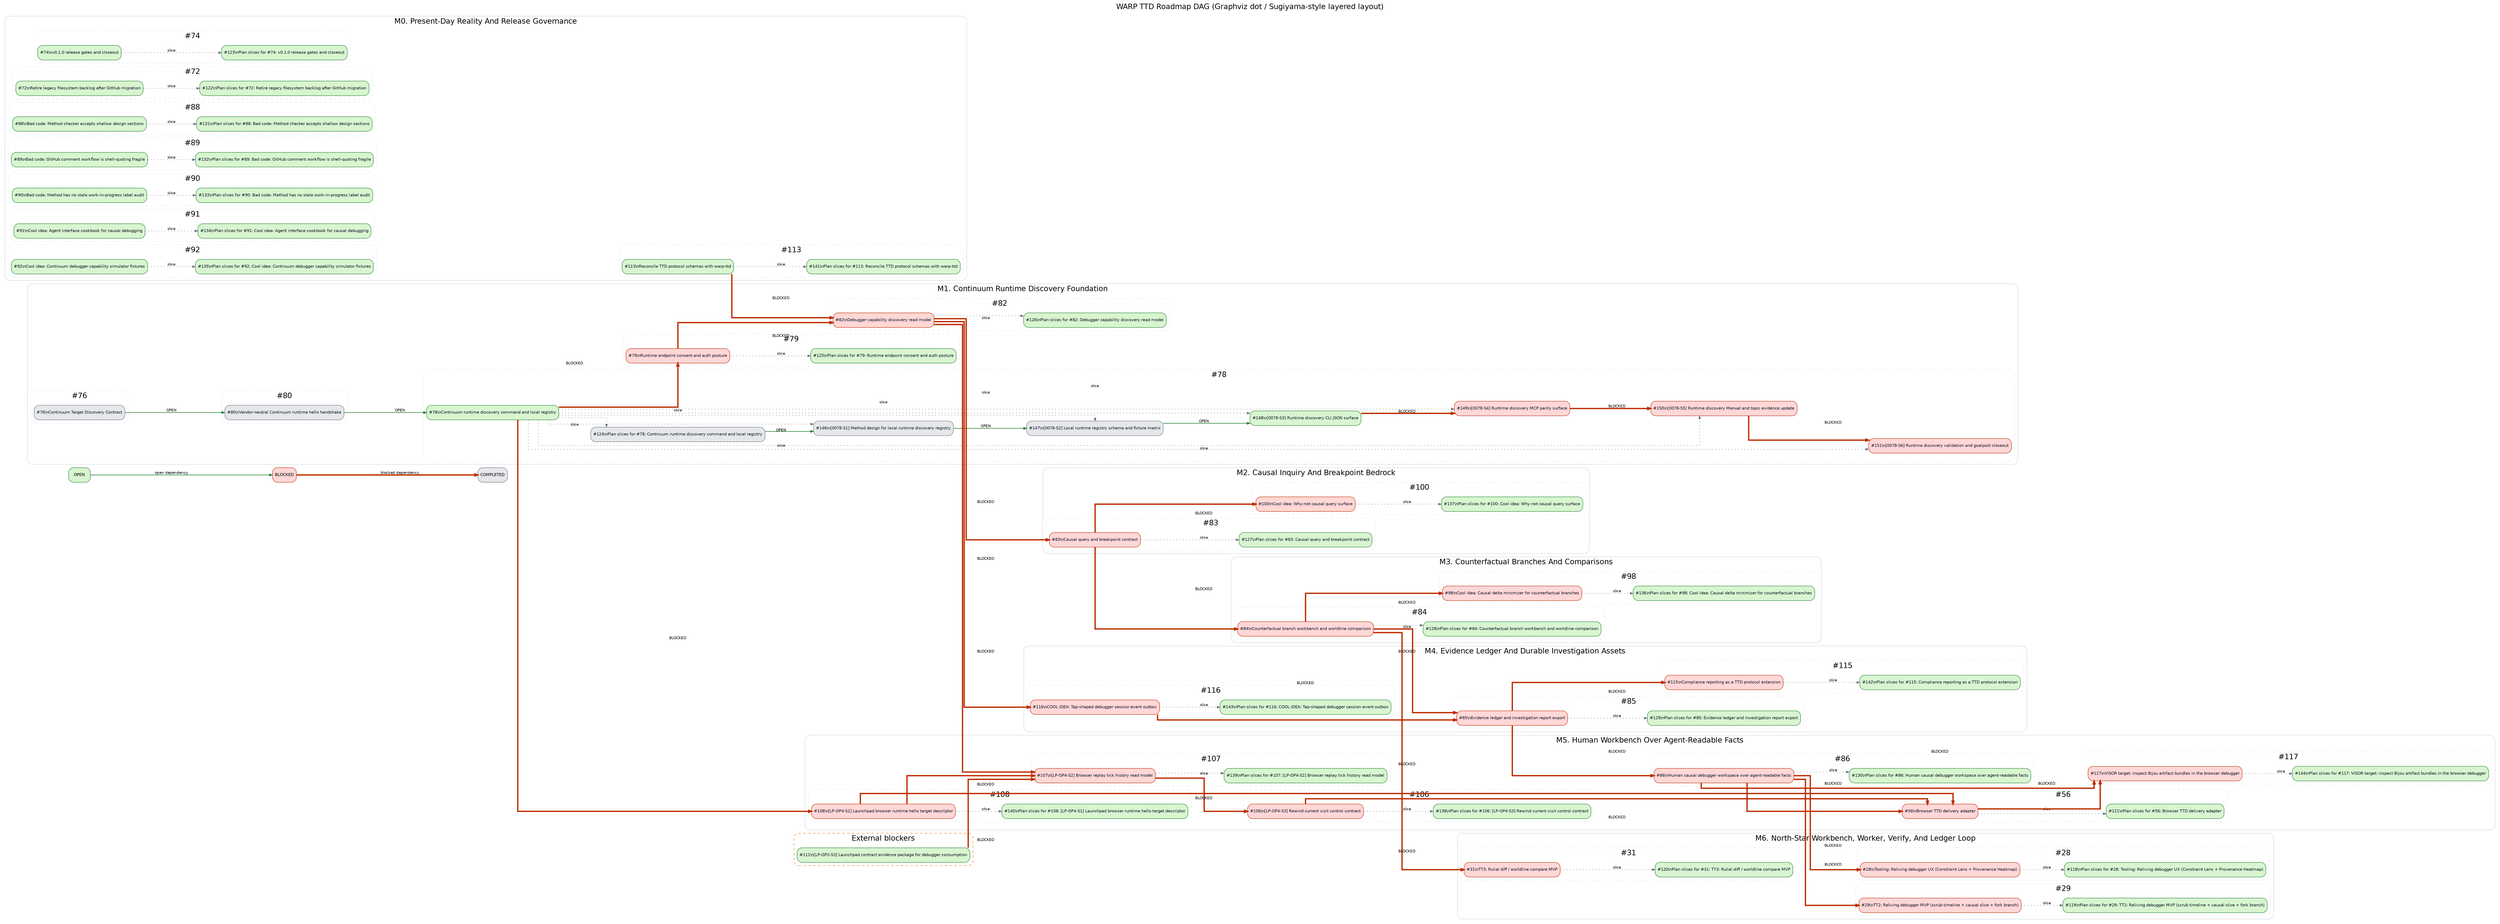
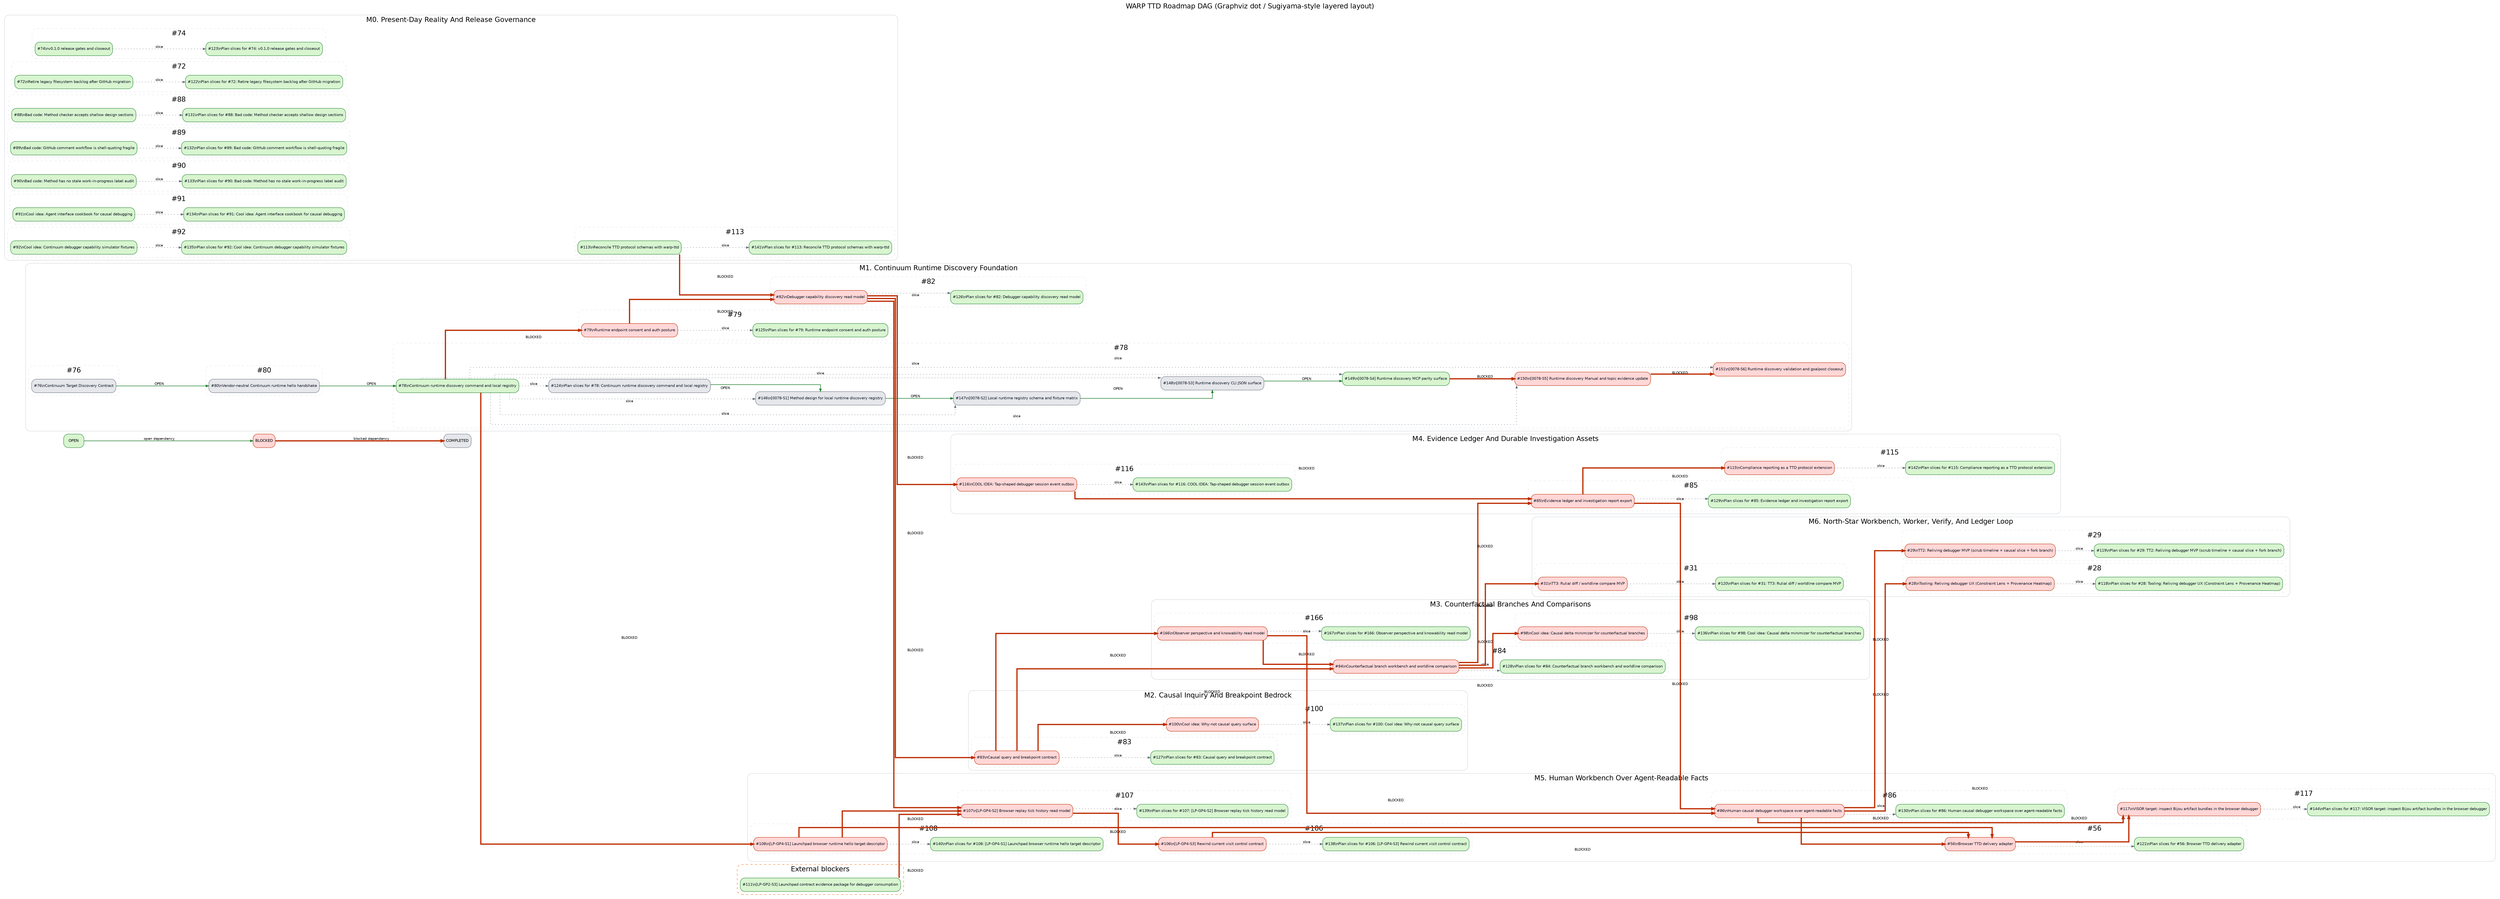
digraph RoadmapDAG {
  graph [layout=dot, rankdir=LR, compound=true, newrank=true, overlap=false, splines=ortho, bgcolor="white", fontname="Helvetica", label="WARP TTD Roadmap DAG (Graphviz dot / Sugiyama-style layered layout)", labelloc=t, fontsize=18];
  node [shape=box, style="rounded,filled", fontname="Helvetica", fontsize=10, margin="0.08,0.05"];
  edge [fontname="Helvetica", fontsize=9, arrowsize=0.7, color="#248232", penwidth=1.4];
  legend_open [label="OPEN", fillcolor="#d8f5d0", color="#248232"];
  legend_blocked [label="BLOCKED", fillcolor="#ffd7d7", color="#bd2c00"];
  legend_done [label="COMPLETED", fillcolor="#e5e7eb", color="#6b7280"];
  legend_open -> legend_blocked [label="open dependency", color="#248232", penwidth=1.4];
  legend_blocked -> legend_done [label="blocked dependency", color="#bd2c00", penwidth=3.2];
  subgraph cluster_M0 {
    label="M0. Present-Day Reality And Release Governance";
    color="#d1d5db";
    style="rounded";
    subgraph cluster_goalpost_74 {
      label="#74";
      color="#e5e7eb";
      style="rounded,dashed";
      issue_74 [label="#74\\nv0.1.0 release gates and closeout", fillcolor="#d8f5d0", color="#248232", fontcolor="#111827", URL="https://github.com/flyingrobots/warp-ttd/issues/74"];
      issue_123 [label="#123\\nPlan slices for #74: v0.1.0 release gates and closeout", fillcolor="#d8f5d0", color="#248232", fontcolor="#111827", URL="https://github.com/flyingrobots/warp-ttd/issues/123"];
      issue_74 -> issue_123 [style=dotted, color="#6b7280", penwidth=1.0, label="slice"];
    }
    subgraph cluster_goalpost_72 {
      label="#72";
      color="#e5e7eb";
      style="rounded,dashed";
      issue_72 [label="#72\\nRetire legacy filesystem backlog after GitHub migration", fillcolor="#d8f5d0", color="#248232", fontcolor="#111827", URL="https://github.com/flyingrobots/warp-ttd/issues/72"];
      issue_122 [label="#122\\nPlan slices for #72: Retire legacy filesystem backlog after GitHub migration", fillcolor="#d8f5d0", color="#248232", fontcolor="#111827", URL="https://github.com/flyingrobots/warp-ttd/issues/122"];
      issue_72 -> issue_122 [style=dotted, color="#6b7280", penwidth=1.0, label="slice"];
    }
    subgraph cluster_goalpost_88 {
      label="#88";
      color="#e5e7eb";
      style="rounded,dashed";
      issue_88 [label="#88\\nBad code: Method checker accepts shallow design sections", fillcolor="#d8f5d0", color="#248232", fontcolor="#111827", URL="https://github.com/flyingrobots/warp-ttd/issues/88"];
      issue_131 [label="#131\\nPlan slices for #88: Bad code: Method checker accepts shallow design sections", fillcolor="#d8f5d0", color="#248232", fontcolor="#111827", URL="https://github.com/flyingrobots/warp-ttd/issues/131"];
      issue_88 -> issue_131 [style=dotted, color="#6b7280", penwidth=1.0, label="slice"];
    }
    subgraph cluster_goalpost_89 {
      label="#89";
      color="#e5e7eb";
      style="rounded,dashed";
      issue_89 [label="#89\\nBad code: GitHub comment workflow is shell-quoting fragile", fillcolor="#d8f5d0", color="#248232", fontcolor="#111827", URL="https://github.com/flyingrobots/warp-ttd/issues/89"];
      issue_132 [label="#132\\nPlan slices for #89: Bad code: GitHub comment workflow is shell-quoting fragile", fillcolor="#d8f5d0", color="#248232", fontcolor="#111827", URL="https://github.com/flyingrobots/warp-ttd/issues/132"];
      issue_89 -> issue_132 [style=dotted, color="#6b7280", penwidth=1.0, label="slice"];
    }
    subgraph cluster_goalpost_90 {
      label="#90";
      color="#e5e7eb";
      style="rounded,dashed";
      issue_90 [label="#90\\nBad code: Method has no stale work-in-progress label audit", fillcolor="#d8f5d0", color="#248232", fontcolor="#111827", URL="https://github.com/flyingrobots/warp-ttd/issues/90"];
      issue_133 [label="#133\\nPlan slices for #90: Bad code: Method has no stale work-in-progress label audit", fillcolor="#d8f5d0", color="#248232", fontcolor="#111827", URL="https://github.com/flyingrobots/warp-ttd/issues/133"];
      issue_90 -> issue_133 [style=dotted, color="#6b7280", penwidth=1.0, label="slice"];
    }
    subgraph cluster_goalpost_91 {
      label="#91";
      color="#e5e7eb";
      style="rounded,dashed";
      issue_91 [label="#91\\nCool idea: Agent interface cookbook for causal debugging", fillcolor="#d8f5d0", color="#248232", fontcolor="#111827", URL="https://github.com/flyingrobots/warp-ttd/issues/91"];
      issue_134 [label="#134\\nPlan slices for #91: Cool idea: Agent interface cookbook for causal debugging", fillcolor="#d8f5d0", color="#248232", fontcolor="#111827", URL="https://github.com/flyingrobots/warp-ttd/issues/134"];
      issue_91 -> issue_134 [style=dotted, color="#6b7280", penwidth=1.0, label="slice"];
    }
    subgraph cluster_goalpost_92 {
      label="#92";
      color="#e5e7eb";
      style="rounded,dashed";
      issue_92 [label="#92\\nCool idea: Continuum debugger capability simulator fixtures", fillcolor="#d8f5d0", color="#248232", fontcolor="#111827", URL="https://github.com/flyingrobots/warp-ttd/issues/92"];
      issue_135 [label="#135\\nPlan slices for #92: Cool idea: Continuum debugger capability simulator fixtures", fillcolor="#d8f5d0", color="#248232", fontcolor="#111827", URL="https://github.com/flyingrobots/warp-ttd/issues/135"];
      issue_92 -> issue_135 [style=dotted, color="#6b7280", penwidth=1.0, label="slice"];
    }
    subgraph cluster_goalpost_113 {
      label="#113";
      color="#e5e7eb";
      style="rounded,dashed";
      issue_113 [label="#113\\nReconcile TTD protocol schemas with warp-ttd", fillcolor="#d8f5d0", color="#248232", fontcolor="#111827", URL="https://github.com/flyingrobots/warp-ttd/issues/113"];
      issue_141 [label="#141\\nPlan slices for #113: Reconcile TTD protocol schemas with warp-ttd", fillcolor="#d8f5d0", color="#248232", fontcolor="#111827", URL="https://github.com/flyingrobots/warp-ttd/issues/141"];
      issue_113 -> issue_141 [style=dotted, color="#6b7280", penwidth=1.0, label="slice"];
    }
  }
  subgraph cluster_M1 {
    label="M1. Continuum Runtime Discovery Foundation";
    color="#d1d5db";
    style="rounded";
    subgraph cluster_goalpost_76 {
      label="#76";
      color="#e5e7eb";
      style="rounded,dashed";
      issue_76 [label="#76\\nContinuum Target Discovery Contract", fillcolor="#e5e7eb", color="#6b7280", fontcolor="#111827", URL="https://github.com/flyingrobots/warp-ttd/issues/76"];
    }
    subgraph cluster_goalpost_80 {
      label="#80";
      color="#e5e7eb";
      style="rounded,dashed";
      issue_80 [label="#80\\nVendor-neutral Continuum runtime hello handshake", fillcolor="#e5e7eb", color="#6b7280", fontcolor="#111827", URL="https://github.com/flyingrobots/warp-ttd/issues/80"];
    }
    subgraph cluster_goalpost_78 {
      label="#78";
      color="#e5e7eb";
      style="rounded,dashed";
      issue_78 [label="#78\\nContinuum runtime discovery command and local registry", fillcolor="#d8f5d0", color="#248232", fontcolor="#111827", URL="https://github.com/flyingrobots/warp-ttd/issues/78"];
      issue_124 [label="#124\\nPlan slices for #78: Continuum runtime discovery command and local registry", fillcolor="#e5e7eb", color="#6b7280", fontcolor="#111827", URL="https://github.com/flyingrobots/warp-ttd/issues/124"];
      issue_78 -> issue_124 [style=dotted, color="#6b7280", penwidth=1.0, label="slice"];
      issue_146 [label="#146\\n[0078-S1] Method design for local runtime discovery registry", fillcolor="#e5e7eb", color="#6b7280", fontcolor="#111827", URL="https://github.com/flyingrobots/warp-ttd/issues/146"];
      issue_78 -> issue_146 [style=dotted, color="#6b7280", penwidth=1.0, label="slice"];
      issue_147 [label="#147\\n[0078-S2] Local runtime registry schema and fixture matrix", fillcolor="#e5e7eb", color="#6b7280", fontcolor="#111827", URL="https://github.com/flyingrobots/warp-ttd/issues/147"];
      issue_78 -> issue_147 [style=dotted, color="#6b7280", penwidth=1.0, label="slice"];
-       issue_148 [label="#148\\n[0078-S3] Runtime discovery CLI JSON surface", fillcolor="#d8f5d0", color="#248232", fontcolor="#111827", URL="https://github.com/flyingrobots/warp-ttd/issues/148"];
+       issue_148 [label="#148\\n[0078-S3] Runtime discovery CLI JSON surface", fillcolor="#e5e7eb", color="#6b7280", fontcolor="#111827", URL="https://github.com/flyingrobots/warp-ttd/issues/148"];
      issue_78 -> issue_148 [style=dotted, color="#6b7280", penwidth=1.0, label="slice"];
-       issue_149 [label="#149\\n[0078-S4] Runtime discovery MCP parity surface", fillcolor="#ffd7d7", color="#bd2c00", fontcolor="#111827", URL="https://github.com/flyingrobots/warp-ttd/issues/149"];
+       issue_149 [label="#149\\n[0078-S4] Runtime discovery MCP parity surface", fillcolor="#d8f5d0", color="#248232", fontcolor="#111827", URL="https://github.com/flyingrobots/warp-ttd/issues/149"];
      issue_78 -> issue_149 [style=dotted, color="#6b7280", penwidth=1.0, label="slice"];
      issue_150 [label="#150\\n[0078-S5] Runtime discovery Manual and topic evidence update", fillcolor="#ffd7d7", color="#bd2c00", fontcolor="#111827", URL="https://github.com/flyingrobots/warp-ttd/issues/150"];
      issue_78 -> issue_150 [style=dotted, color="#6b7280", penwidth=1.0, label="slice"];
      issue_151 [label="#151\\n[0078-S6] Runtime discovery validation and goalpost closeout", fillcolor="#ffd7d7", color="#bd2c00", fontcolor="#111827", URL="https://github.com/flyingrobots/warp-ttd/issues/151"];
      issue_78 -> issue_151 [style=dotted, color="#6b7280", penwidth=1.0, label="slice"];
    }
    subgraph cluster_goalpost_79 {
      label="#79";
      color="#e5e7eb";
      style="rounded,dashed";
      issue_79 [label="#79\\nRuntime endpoint consent and auth posture", fillcolor="#ffd7d7", color="#bd2c00", fontcolor="#111827", URL="https://github.com/flyingrobots/warp-ttd/issues/79"];
      issue_125 [label="#125\\nPlan slices for #79: Runtime endpoint consent and auth posture", fillcolor="#d8f5d0", color="#248232", fontcolor="#111827", URL="https://github.com/flyingrobots/warp-ttd/issues/125"];
      issue_79 -> issue_125 [style=dotted, color="#6b7280", penwidth=1.0, label="slice"];
    }
    subgraph cluster_goalpost_82 {
      label="#82";
      color="#e5e7eb";
      style="rounded,dashed";
      issue_82 [label="#82\\nDebugger capability discovery read model", fillcolor="#ffd7d7", color="#bd2c00", fontcolor="#111827", URL="https://github.com/flyingrobots/warp-ttd/issues/82"];
      issue_126 [label="#126\\nPlan slices for #82: Debugger capability discovery read model", fillcolor="#d8f5d0", color="#248232", fontcolor="#111827", URL="https://github.com/flyingrobots/warp-ttd/issues/126"];
      issue_82 -> issue_126 [style=dotted, color="#6b7280", penwidth=1.0, label="slice"];
    }
  }
  subgraph cluster_M2 {
    label="M2. Causal Inquiry And Breakpoint Bedrock";
    color="#d1d5db";
    style="rounded";
    subgraph cluster_goalpost_83 {
      label="#83";
      color="#e5e7eb";
      style="rounded,dashed";
      issue_83 [label="#83\\nCausal query and breakpoint contract", fillcolor="#ffd7d7", color="#bd2c00", fontcolor="#111827", URL="https://github.com/flyingrobots/warp-ttd/issues/83"];
      issue_127 [label="#127\\nPlan slices for #83: Causal query and breakpoint contract", fillcolor="#d8f5d0", color="#248232", fontcolor="#111827", URL="https://github.com/flyingrobots/warp-ttd/issues/127"];
      issue_83 -> issue_127 [style=dotted, color="#6b7280", penwidth=1.0, label="slice"];
    }
    subgraph cluster_goalpost_100 {
      label="#100";
      color="#e5e7eb";
      style="rounded,dashed";
      issue_100 [label="#100\\nCool idea: Why-not causal query surface", fillcolor="#ffd7d7", color="#bd2c00", fontcolor="#111827", URL="https://github.com/flyingrobots/warp-ttd/issues/100"];
      issue_137 [label="#137\\nPlan slices for #100: Cool idea: Why-not causal query surface", fillcolor="#d8f5d0", color="#248232", fontcolor="#111827", URL="https://github.com/flyingrobots/warp-ttd/issues/137"];
      issue_100 -> issue_137 [style=dotted, color="#6b7280", penwidth=1.0, label="slice"];
    }
  }
  subgraph cluster_M3 {
    label="M3. Counterfactual Branches And Comparisons";
    color="#d1d5db";
    style="rounded";
+     subgraph cluster_goalpost_166 {
+       label="#166";
+       color="#e5e7eb";
+       style="rounded,dashed";
+       issue_166 [label="#166\\nObserver perspective and knowability read model", fillcolor="#ffd7d7", color="#bd2c00", fontcolor="#111827", URL="https://github.com/flyingrobots/warp-ttd/issues/166"];
+       issue_167 [label="#167\\nPlan slices for #166: Observer perspective and knowability read model", fillcolor="#d8f5d0", color="#248232", fontcolor="#111827", URL="https://github.com/flyingrobots/warp-ttd/issues/167"];
+       issue_166 -> issue_167 [style=dotted, color="#6b7280", penwidth=1.0, label="slice"];
+     }
    subgraph cluster_goalpost_84 {
      label="#84";
      color="#e5e7eb";
      style="rounded,dashed";
      issue_84 [label="#84\\nCounterfactual branch workbench and worldline comparison", fillcolor="#ffd7d7", color="#bd2c00", fontcolor="#111827", URL="https://github.com/flyingrobots/warp-ttd/issues/84"];
      issue_128 [label="#128\\nPlan slices for #84: Counterfactual branch workbench and worldline comparison", fillcolor="#d8f5d0", color="#248232", fontcolor="#111827", URL="https://github.com/flyingrobots/warp-ttd/issues/128"];
      issue_84 -> issue_128 [style=dotted, color="#6b7280", penwidth=1.0, label="slice"];
    }
    subgraph cluster_goalpost_98 {
      label="#98";
      color="#e5e7eb";
      style="rounded,dashed";
      issue_98 [label="#98\\nCool idea: Causal delta minimizer for counterfactual branches", fillcolor="#ffd7d7", color="#bd2c00", fontcolor="#111827", URL="https://github.com/flyingrobots/warp-ttd/issues/98"];
      issue_136 [label="#136\\nPlan slices for #98: Cool idea: Causal delta minimizer for counterfactual branches", fillcolor="#d8f5d0", color="#248232", fontcolor="#111827", URL="https://github.com/flyingrobots/warp-ttd/issues/136"];
      issue_98 -> issue_136 [style=dotted, color="#6b7280", penwidth=1.0, label="slice"];
    }
  }
  subgraph cluster_M4 {
    label="M4. Evidence Ledger And Durable Investigation Assets";
    color="#d1d5db";
    style="rounded";
    subgraph cluster_goalpost_116 {
      label="#116";
      color="#e5e7eb";
      style="rounded,dashed";
      issue_116 [label="#116\\nCOOL IDEA: Tap-shaped debugger session event outbox", fillcolor="#ffd7d7", color="#bd2c00", fontcolor="#111827", URL="https://github.com/flyingrobots/warp-ttd/issues/116"];
      issue_143 [label="#143\\nPlan slices for #116: COOL IDEA: Tap-shaped debugger session event outbox", fillcolor="#d8f5d0", color="#248232", fontcolor="#111827", URL="https://github.com/flyingrobots/warp-ttd/issues/143"];
      issue_116 -> issue_143 [style=dotted, color="#6b7280", penwidth=1.0, label="slice"];
    }
    subgraph cluster_goalpost_85 {
      label="#85";
      color="#e5e7eb";
      style="rounded,dashed";
      issue_85 [label="#85\\nEvidence ledger and investigation report export", fillcolor="#ffd7d7", color="#bd2c00", fontcolor="#111827", URL="https://github.com/flyingrobots/warp-ttd/issues/85"];
      issue_129 [label="#129\\nPlan slices for #85: Evidence ledger and investigation report export", fillcolor="#d8f5d0", color="#248232", fontcolor="#111827", URL="https://github.com/flyingrobots/warp-ttd/issues/129"];
      issue_85 -> issue_129 [style=dotted, color="#6b7280", penwidth=1.0, label="slice"];
    }
    subgraph cluster_goalpost_115 {
      label="#115";
      color="#e5e7eb";
      style="rounded,dashed";
      issue_115 [label="#115\\nCompliance reporting as a TTD protocol extension", fillcolor="#ffd7d7", color="#bd2c00", fontcolor="#111827", URL="https://github.com/flyingrobots/warp-ttd/issues/115"];
      issue_142 [label="#142\\nPlan slices for #115: Compliance reporting as a TTD protocol extension", fillcolor="#d8f5d0", color="#248232", fontcolor="#111827", URL="https://github.com/flyingrobots/warp-ttd/issues/142"];
      issue_115 -> issue_142 [style=dotted, color="#6b7280", penwidth=1.0, label="slice"];
    }
  }
  subgraph cluster_M5 {
    label="M5. Human Workbench Over Agent-Readable Facts";
    color="#d1d5db";
    style="rounded";
    subgraph cluster_goalpost_86 {
      label="#86";
      color="#e5e7eb";
      style="rounded,dashed";
      issue_86 [label="#86\\nHuman causal debugger workspace over agent-readable facts", fillcolor="#ffd7d7", color="#bd2c00", fontcolor="#111827", URL="https://github.com/flyingrobots/warp-ttd/issues/86"];
      issue_130 [label="#130\\nPlan slices for #86: Human causal debugger workspace over agent-readable facts", fillcolor="#d8f5d0", color="#248232", fontcolor="#111827", URL="https://github.com/flyingrobots/warp-ttd/issues/130"];
      issue_86 -> issue_130 [style=dotted, color="#6b7280", penwidth=1.0, label="slice"];
    }
    subgraph cluster_goalpost_108 {
      label="#108";
      color="#e5e7eb";
      style="rounded,dashed";
      issue_108 [label="#108\\n[LP-GP4-S1] Launchpad browser runtime hello target descriptor", fillcolor="#ffd7d7", color="#bd2c00", fontcolor="#111827", URL="https://github.com/flyingrobots/warp-ttd/issues/108"];
      issue_140 [label="#140\\nPlan slices for #108: [LP-GP4-S1] Launchpad browser runtime hello target descriptor", fillcolor="#d8f5d0", color="#248232", fontcolor="#111827", URL="https://github.com/flyingrobots/warp-ttd/issues/140"];
      issue_108 -> issue_140 [style=dotted, color="#6b7280", penwidth=1.0, label="slice"];
    }
    subgraph cluster_goalpost_107 {
      label="#107";
      color="#e5e7eb";
      style="rounded,dashed";
      issue_107 [label="#107\\n[LP-GP4-S2] Browser replay tick history read model", fillcolor="#ffd7d7", color="#bd2c00", fontcolor="#111827", URL="https://github.com/flyingrobots/warp-ttd/issues/107"];
      issue_139 [label="#139\\nPlan slices for #107: [LP-GP4-S2] Browser replay tick history read model", fillcolor="#d8f5d0", color="#248232", fontcolor="#111827", URL="https://github.com/flyingrobots/warp-ttd/issues/139"];
      issue_107 -> issue_139 [style=dotted, color="#6b7280", penwidth=1.0, label="slice"];
    }
    subgraph cluster_goalpost_106 {
      label="#106";
      color="#e5e7eb";
      style="rounded,dashed";
      issue_106 [label="#106\\n[LP-GP4-S3] Rewind current visit control contract", fillcolor="#ffd7d7", color="#bd2c00", fontcolor="#111827", URL="https://github.com/flyingrobots/warp-ttd/issues/106"];
      issue_138 [label="#138\\nPlan slices for #106: [LP-GP4-S3] Rewind current visit control contract", fillcolor="#d8f5d0", color="#248232", fontcolor="#111827", URL="https://github.com/flyingrobots/warp-ttd/issues/138"];
      issue_106 -> issue_138 [style=dotted, color="#6b7280", penwidth=1.0, label="slice"];
    }
    subgraph cluster_goalpost_56 {
      label="#56";
      color="#e5e7eb";
      style="rounded,dashed";
      issue_56 [label="#56\\nBrowser TTD delivery adapter", fillcolor="#ffd7d7", color="#bd2c00", fontcolor="#111827", URL="https://github.com/flyingrobots/warp-ttd/issues/56"];
      issue_121 [label="#121\\nPlan slices for #56: Browser TTD delivery adapter", fillcolor="#d8f5d0", color="#248232", fontcolor="#111827", URL="https://github.com/flyingrobots/warp-ttd/issues/121"];
      issue_56 -> issue_121 [style=dotted, color="#6b7280", penwidth=1.0, label="slice"];
    }
    subgraph cluster_goalpost_117 {
      label="#117";
      color="#e5e7eb";
      style="rounded,dashed";
      issue_117 [label="#117\\nVISOR target: inspect Bijou artifact bundles in the browser debugger", fillcolor="#ffd7d7", color="#bd2c00", fontcolor="#111827", URL="https://github.com/flyingrobots/warp-ttd/issues/117"];
      issue_144 [label="#144\\nPlan slices for #117: VISOR target: inspect Bijou artifact bundles in the browser debugger", fillcolor="#d8f5d0", color="#248232", fontcolor="#111827", URL="https://github.com/flyingrobots/warp-ttd/issues/144"];
      issue_117 -> issue_144 [style=dotted, color="#6b7280", penwidth=1.0, label="slice"];
    }
  }
  subgraph cluster_M6 {
    label="M6. North-Star Workbench, Worker, Verify, And Ledger Loop";
    color="#d1d5db";
    style="rounded";
    subgraph cluster_goalpost_28 {
      label="#28";
      color="#e5e7eb";
      style="rounded,dashed";
      issue_28 [label="#28\\nTooling: Reliving debugger UX (Constraint Lens + Provenance Heatmap)", fillcolor="#ffd7d7", color="#bd2c00", fontcolor="#111827", URL="https://github.com/flyingrobots/warp-ttd/issues/28"];
      issue_118 [label="#118\\nPlan slices for #28: Tooling: Reliving debugger UX (Constraint Lens + Provenance Heatmap)", fillcolor="#d8f5d0", color="#248232", fontcolor="#111827", URL="https://github.com/flyingrobots/warp-ttd/issues/118"];
      issue_28 -> issue_118 [style=dotted, color="#6b7280", penwidth=1.0, label="slice"];
    }
    subgraph cluster_goalpost_29 {
      label="#29";
      color="#e5e7eb";
      style="rounded,dashed";
      issue_29 [label="#29\\nTT2: Reliving debugger MVP (scrub timeline + causal slice + fork branch)", fillcolor="#ffd7d7", color="#bd2c00", fontcolor="#111827", URL="https://github.com/flyingrobots/warp-ttd/issues/29"];
      issue_119 [label="#119\\nPlan slices for #29: TT2: Reliving debugger MVP (scrub timeline + causal slice + fork branch)", fillcolor="#d8f5d0", color="#248232", fontcolor="#111827", URL="https://github.com/flyingrobots/warp-ttd/issues/119"];
      issue_29 -> issue_119 [style=dotted, color="#6b7280", penwidth=1.0, label="slice"];
    }
    subgraph cluster_goalpost_31 {
      label="#31";
      color="#e5e7eb";
      style="rounded,dashed";
      issue_31 [label="#31\\nTT3: Rulial diff / worldline compare MVP", fillcolor="#ffd7d7", color="#bd2c00", fontcolor="#111827", URL="https://github.com/flyingrobots/warp-ttd/issues/31"];
      issue_120 [label="#120\\nPlan slices for #31: TT3: Rulial diff / worldline compare MVP", fillcolor="#d8f5d0", color="#248232", fontcolor="#111827", URL="https://github.com/flyingrobots/warp-ttd/issues/120"];
      issue_31 -> issue_120 [style=dotted, color="#6b7280", penwidth=1.0, label="slice"];
    }
  }
  subgraph cluster_external {
    label="External blockers";
    color="#f97316";
    style="rounded,dashed";
    issue_111 [label="#111\\n[LP-GP2-S3] Launchpad contract evidence package for debugger consumption", fillcolor="#d8f5d0", color="#248232", fontcolor="#111827", URL="https://github.com/flyingrobots/warp-ttd/issues/111"];
  }
  issue_76 -> issue_80 [label="OPEN", color="#248232", penwidth=1.4, style=solid];
  issue_80 -> issue_78 [label="OPEN", color="#248232", penwidth=1.4, style=solid];
  issue_124 -> issue_146 [label="OPEN", color="#248232", penwidth=1.4, style=solid];
  issue_146 -> issue_147 [label="OPEN", color="#248232", penwidth=1.4, style=solid];
  issue_147 -> issue_148 [label="OPEN", color="#248232", penwidth=1.4, style=solid];
-   issue_148 -> issue_149 [label="BLOCKED", color="#bd2c00", penwidth=3.2, style=solid];
+   issue_148 -> issue_149 [label="OPEN", color="#248232", penwidth=1.4, style=solid];
  issue_149 -> issue_150 [label="BLOCKED", color="#bd2c00", penwidth=3.2, style=solid];
  issue_150 -> issue_151 [label="BLOCKED", color="#bd2c00", penwidth=3.2, style=solid];
  issue_78 -> issue_79 [label="BLOCKED", color="#bd2c00", penwidth=3.2, style=solid];
  issue_113 -> issue_82 [label="BLOCKED", color="#bd2c00", penwidth=3.2, style=solid];
  issue_79 -> issue_82 [label="BLOCKED", color="#bd2c00", penwidth=3.2, style=solid];
  issue_82 -> issue_83 [label="BLOCKED", color="#bd2c00", penwidth=3.2, style=solid];
  issue_83 -> issue_100 [label="BLOCKED", color="#bd2c00", penwidth=3.2, style=solid];
+   issue_83 -> issue_166 [label="BLOCKED", color="#bd2c00", penwidth=3.2, style=solid];
+   issue_166 -> issue_84 [label="BLOCKED", color="#bd2c00", penwidth=3.2, style=solid];
  issue_83 -> issue_84 [label="BLOCKED", color="#bd2c00", penwidth=3.2, style=solid];
  issue_84 -> issue_98 [label="BLOCKED", color="#bd2c00", penwidth=3.2, style=solid];
  issue_82 -> issue_116 [label="BLOCKED", color="#bd2c00", penwidth=3.2, style=solid];
  issue_116 -> issue_85 [label="BLOCKED", color="#bd2c00", penwidth=3.2, style=solid];
  issue_84 -> issue_85 [label="BLOCKED", color="#bd2c00", penwidth=3.2, style=solid];
  issue_85 -> issue_115 [label="BLOCKED", color="#bd2c00", penwidth=3.2, style=solid];
+   issue_166 -> issue_86 [label="BLOCKED", color="#bd2c00", penwidth=3.2, style=solid];
  issue_85 -> issue_86 [label="BLOCKED", color="#bd2c00", penwidth=3.2, style=solid];
  issue_78 -> issue_108 [label="BLOCKED", color="#bd2c00", penwidth=3.2, style=solid];
  issue_82 -> issue_107 [label="BLOCKED", color="#bd2c00", penwidth=3.2, style=solid];
  issue_108 -> issue_107 [label="BLOCKED", color="#bd2c00", penwidth=3.2, style=solid];
  issue_111 -> issue_107 [label="BLOCKED", color="#bd2c00", penwidth=3.2, style=solid];
  issue_107 -> issue_106 [label="BLOCKED", color="#bd2c00", penwidth=3.2, style=solid];
  issue_86 -> issue_56 [label="BLOCKED", color="#bd2c00", penwidth=3.2, style=solid];
  issue_108 -> issue_56 [label="BLOCKED", color="#bd2c00", penwidth=3.2, style=solid];
  issue_106 -> issue_56 [label="BLOCKED", color="#bd2c00", penwidth=3.2, style=solid];
  issue_86 -> issue_117 [label="BLOCKED", color="#bd2c00", penwidth=3.2, style=solid];
  issue_56 -> issue_117 [label="BLOCKED", color="#bd2c00", penwidth=3.2, style=solid];
  issue_86 -> issue_28 [label="BLOCKED", color="#bd2c00", penwidth=3.2, style=solid];
  issue_86 -> issue_29 [label="BLOCKED", color="#bd2c00", penwidth=3.2, style=solid];
  issue_84 -> issue_31 [label="BLOCKED", color="#bd2c00", penwidth=3.2, style=solid];
}
